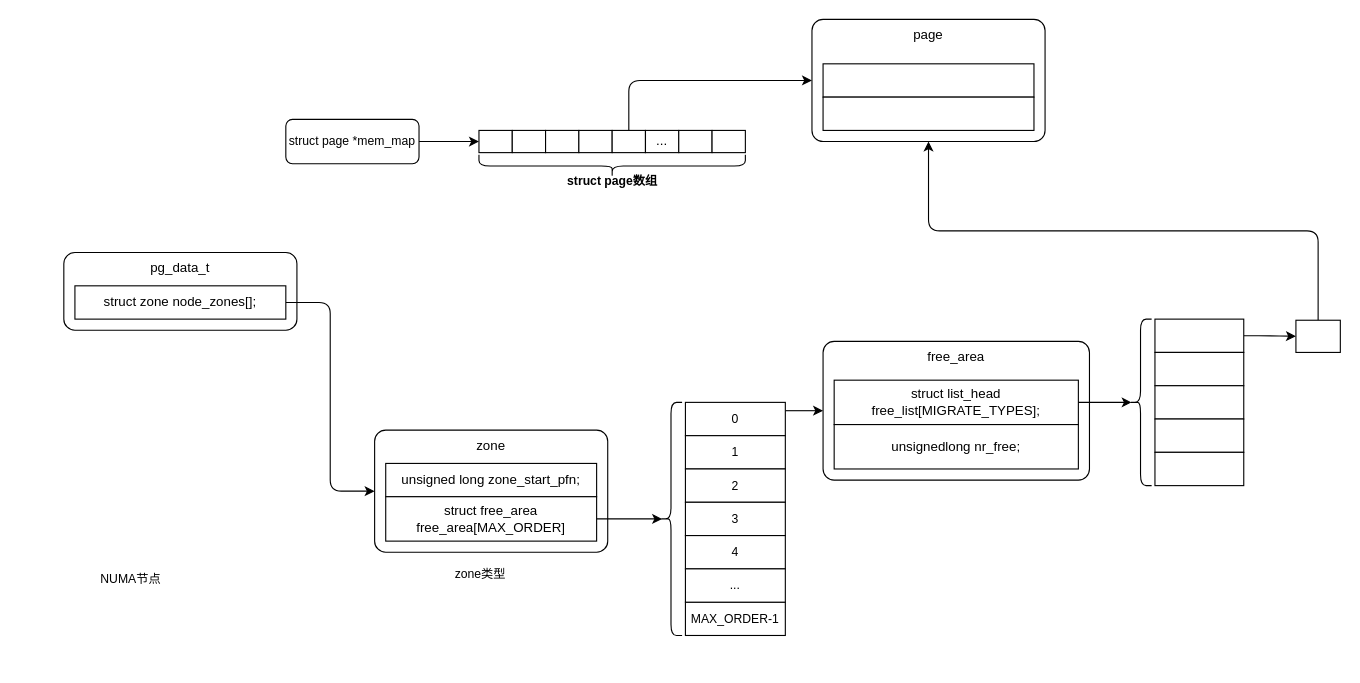
Before: page "物理内存管理" (1 of 3) of linux-memory-manage.drawio in Aspiresky/draw.io, a draw.io diagram. Source tidied: cells renumbered, new cells numbered last; positions are measured from the earlier drawing's top-left corner, leaving out a move shared by most shapes. Both pictures are drawn from the tidied source at 111%, with x=0, y=0 at pixel (63, 19).
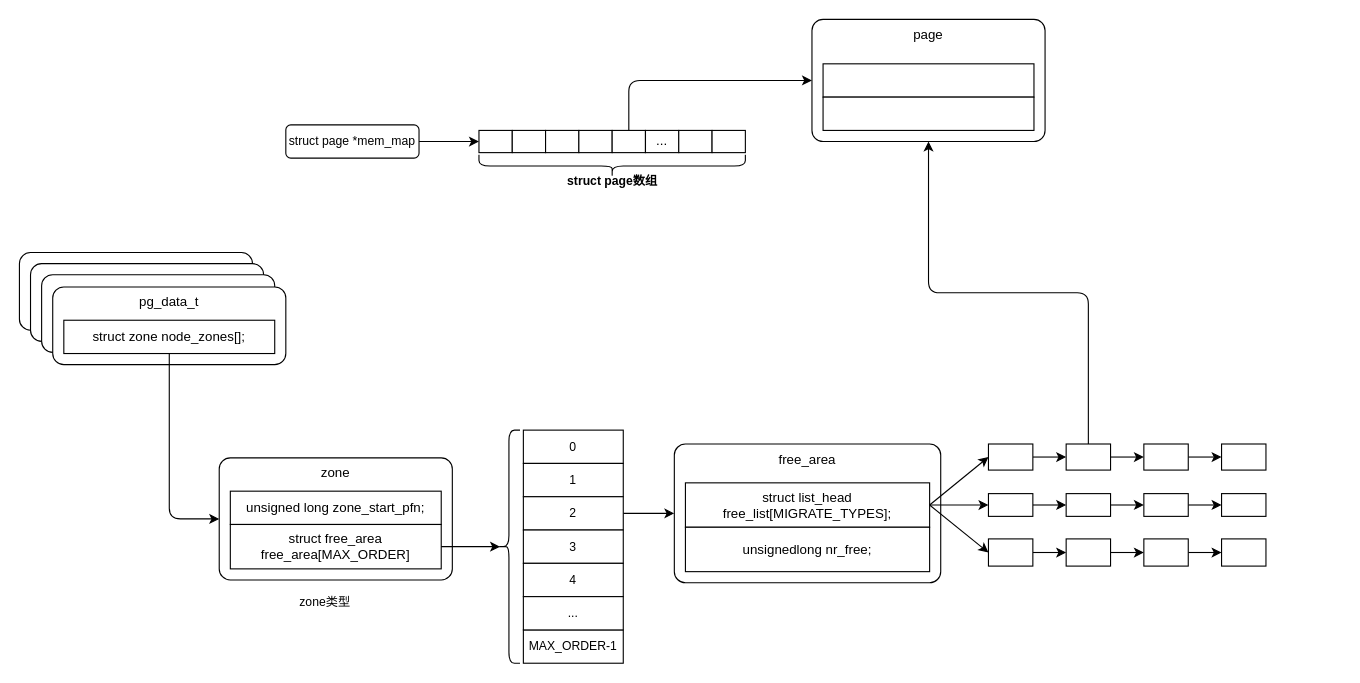
After the change.

Unchanged cells that the change refers to:
```xml
<mxCell id="8" value="page" style="rounded=1;whiteSpace=wrap;html=1;verticalAlign=top;absoluteArcSize=1;" parent="1" vertex="1">
  <mxGeometry x="674" width="210" height="110" as="geometry" />
</mxCell>
```

Diff of the diagram source:
```diff
@@
-    <mxCell id="2" value="pg_data_t" style="rounded=1;whiteSpace=wrap;html=1;verticalAlign=top;absoluteArcSize=1;" parent="1" vertex="1">
-      <mxGeometry y="210" width="210" height="70" as="geometry" />
-    </mxCell>
-    <mxCell id="3" style="edgeStyle=orthogonalEdgeStyle;rounded=1;jettySize=auto;html=1;exitX=1;exitY=0.5;exitDx=0;exitDy=0;entryX=0;entryY=0.5;entryDx=0;entryDy=0;curved=0;" parent="1" edge="1" source="4" target="5">
-      <mxGeometry relative="1" as="geometry" />
-    </mxCell>
-    <mxCell id="4" value="struct zone node_zones[];" style="rounded=0;whiteSpace=wrap;html=1;" parent="1" vertex="1">
-      <mxGeometry x="10" y="240" width="190" height="30" as="geometry" />
-    </mxCell>
     <mxCell id="5" value="zone" style="rounded=1;whiteSpace=wrap;html=1;verticalAlign=top;absoluteArcSize=1;" parent="1" vertex="1">
-      <mxGeometry x="280" y="370" width="210" height="110" as="geometry" />
+      <mxGeometry x="140" y="395" width="210" height="110" as="geometry" />
     </mxCell>
     <mxCell id="6" value="unsigned long zone_start_pfn;" style="rounded=0;whiteSpace=wrap;html=1;" parent="1" vertex="1">
-      <mxGeometry x="290" y="400" width="190" height="30" as="geometry" />
+      <mxGeometry x="150" y="425" width="190" height="30" as="geometry" />
     </mxCell>
     <mxCell id="7" value="struct free_area free_area[MAX_ORDER]" style="rounded=0;whiteSpace=wrap;html=1;" parent="1" vertex="1">
-      <mxGeometry x="290" y="430" width="190" height="40" as="geometry" />
+      <mxGeometry x="150" y="455" width="190" height="40" as="geometry" />
     </mxCell>
@@
     <mxCell id="11" value="free_area" style="rounded=1;whiteSpace=wrap;html=1;verticalAlign=top;absoluteArcSize=1;" parent="1" vertex="1">
-      <mxGeometry x="684" y="290" width="240" height="125" as="geometry" />
+      <mxGeometry x="550" y="382.5" width="240" height="125" as="geometry" />
     </mxCell>
+    <mxCell id="49" style="shape=connector;rounded=1;jettySize=auto;html=1;exitX=1;exitY=0.5;exitDx=0;exitDy=0;entryX=0;entryY=0.5;entryDx=0;entryDy=0;labelBackgroundColor=default;strokeColor=default;align=center;verticalAlign=middle;fontFamily=Helvetica;fontSize=11;fontColor=default;endArrow=classic;" parent="1" edge="1" source="12" target="62">
+      <mxGeometry relative="1" as="geometry" />
+    </mxCell>
+    <mxCell id="50" style="shape=connector;rounded=1;jettySize=auto;html=1;exitX=1;exitY=0.5;exitDx=0;exitDy=0;entryX=0;entryY=0.5;entryDx=0;entryDy=0;labelBackgroundColor=default;strokeColor=default;align=center;verticalAlign=middle;fontFamily=Helvetica;fontSize=11;fontColor=default;endArrow=classic;" parent="1" edge="1" source="12" target="69">
+      <mxGeometry relative="1" as="geometry" />
+    </mxCell>
     <mxCell id="12" value="struct list_head free_list[MIGRATE_TYPES];" style="rounded=0;whiteSpace=wrap;html=1;" parent="1" vertex="1">
-      <mxGeometry x="694" y="325" width="220" height="40" as="geometry" />
+      <mxGeometry x="560" y="417.5" width="220" height="40" as="geometry" />
     </mxCell>
     <mxCell id="13" value="unsignedlong nr_free;" style="rounded=0;whiteSpace=wrap;html=1;" parent="1" vertex="1">
-      <mxGeometry x="694" y="365" width="220" height="40" as="geometry" />
+      <mxGeometry x="560" y="457.5" width="220" height="40" as="geometry" />
     </mxCell>
@@
     <mxCell id="25" value="zone类型" style="text;html=1;align=center;verticalAlign=middle;strokeColor=none;fillColor=none;fontSize=11;fontFamily=Helvetica;fontColor=default;" parent="1" vertex="1">
-      <mxGeometry x="340" y="484.5" width="70" height="30" as="geometry" />
+      <mxGeometry x="200" y="509.5" width="70" height="30" as="geometry" />
     </mxCell>
-    <mxCell id="26" value="NUMA节点" style="text;html=1;align=center;verticalAlign=middle;strokeColor=none;fillColor=none;fontSize=11;fontFamily=Helvetica;fontColor=default;" parent="1" vertex="1">
-      <mxGeometry x="20" y="488.5" width="80" height="30" as="geometry" />
-    </mxCell>
@@
     <mxCell id="28" value="struct page *mem_map" style="rounded=1;whiteSpace=wrap;html=1;fontFamily=Helvetica;fontSize=11;fontColor=default;" parent="1" vertex="1">
-      <mxGeometry x="200" y="90" width="120" height="40" as="geometry" />
+      <mxGeometry x="200" y="95" width="120" height="30" as="geometry" />
     </mxCell>
-    <mxCell id="29" style="edgeStyle=orthogonalEdgeStyle;shape=connector;rounded=1;jettySize=auto;html=1;exitX=1;exitY=0.25;exitDx=0;exitDy=0;entryX=0;entryY=0.5;entryDx=0;entryDy=0;labelBackgroundColor=default;strokeColor=default;align=center;verticalAlign=middle;fontFamily=Helvetica;fontSize=11;fontColor=default;endArrow=classic;" parent="1" edge="1" source="30" target="11">
-      <mxGeometry relative="1" as="geometry" />
-    </mxCell>
     <mxCell id="30" value="0" style="rounded=0;whiteSpace=wrap;html=1;fontFamily=Helvetica;fontSize=11;fontColor=default;" parent="1" vertex="1">
-      <mxGeometry x="560" y="345" width="90" height="30" as="geometry" />
+      <mxGeometry x="414" y="370" width="90" height="30" as="geometry" />
     </mxCell>
     <mxCell id="31" value="1" style="rounded=0;whiteSpace=wrap;html=1;fontFamily=Helvetica;fontSize=11;fontColor=default;" parent="1" vertex="1">
-      <mxGeometry x="560" y="375" width="90" height="30" as="geometry" />
+      <mxGeometry x="414" y="400" width="90" height="30" as="geometry" />
     </mxCell>
+    <mxCell id="51" style="edgeStyle=orthogonalEdgeStyle;shape=connector;curved=0;rounded=1;jettySize=auto;html=1;exitX=1;exitY=0.5;exitDx=0;exitDy=0;entryX=0;entryY=0.5;entryDx=0;entryDy=0;labelBackgroundColor=default;strokeColor=default;align=center;verticalAlign=middle;fontFamily=Helvetica;fontSize=11;fontColor=default;endArrow=classic;" parent="1" edge="1" source="32" target="11">
+      <mxGeometry relative="1" as="geometry" />
+    </mxCell>
     <mxCell id="32" value="2" style="rounded=0;whiteSpace=wrap;html=1;fontFamily=Helvetica;fontSize=11;fontColor=default;" parent="1" vertex="1">
-      <mxGeometry x="560" y="405" width="90" height="30" as="geometry" />
+      <mxGeometry x="414" y="430" width="90" height="30" as="geometry" />
     </mxCell>
     <mxCell id="33" value="3" style="rounded=0;whiteSpace=wrap;html=1;fontFamily=Helvetica;fontSize=11;fontColor=default;" parent="1" vertex="1">
-      <mxGeometry x="560" y="435" width="90" height="30" as="geometry" />
+      <mxGeometry x="414" y="460" width="90" height="30" as="geometry" />
     </mxCell>
     <mxCell id="34" value="4" style="rounded=0;whiteSpace=wrap;html=1;fontFamily=Helvetica;fontSize=11;fontColor=default;" parent="1" vertex="1">
-      <mxGeometry x="560" y="465" width="90" height="30" as="geometry" />
+      <mxGeometry x="414" y="490" width="90" height="30" as="geometry" />
     </mxCell>
     <mxCell id="35" value="MAX_ORDER-1" style="rounded=0;whiteSpace=wrap;html=1;fontFamily=Helvetica;fontSize=11;fontColor=default;" parent="1" vertex="1">
-      <mxGeometry x="560" y="525" width="90" height="30" as="geometry" />
+      <mxGeometry x="414" y="550" width="90" height="30" as="geometry" />
     </mxCell>
     <mxCell id="36" value="..." style="rounded=0;whiteSpace=wrap;html=1;fontFamily=Helvetica;fontSize=11;fontColor=default;" parent="1" vertex="1">
-      <mxGeometry x="560" y="495" width="90" height="30" as="geometry" />
+      <mxGeometry x="414" y="520" width="90" height="30" as="geometry" />
     </mxCell>
     <mxCell id="37" style="shape=curlyBracket;whiteSpace=wrap;html=1;rounded=1;labelPosition=left;verticalLabelPosition=middle;align=right;verticalAlign=middle;fontFamily=Helvetica;fontSize=11;fontColor=default;" parent="1" vertex="1">
-      <mxGeometry x="537" y="345" width="20" height="210" as="geometry" />
+      <mxGeometry x="391" y="370" width="20" height="210" as="geometry" />
     </mxCell>
@@
-    <mxCell id="39" style="edgeStyle=orthogonalEdgeStyle;shape=connector;rounded=1;jettySize=auto;html=1;entryX=0;entryY=0.5;entryDx=0;entryDy=0;labelBackgroundColor=default;strokeColor=default;align=center;verticalAlign=middle;fontFamily=Helvetica;fontSize=11;fontColor=default;endArrow=classic;" parent="1" edge="1" source="40" target="48">
-      <mxGeometry relative="1" as="geometry" />
-    </mxCell>
-    <mxCell id="40" style="rounded=0;whiteSpace=wrap;html=1;fontFamily=Helvetica;fontSize=11;fontColor=default;" parent="1" vertex="1">
-      <mxGeometry x="983" y="270" width="80" height="30" as="geometry" />
-    </mxCell>
-    <mxCell id="41" style="rounded=0;whiteSpace=wrap;html=1;fontFamily=Helvetica;fontSize=11;fontColor=default;" parent="1" vertex="1">
-      <mxGeometry x="983" y="300" width="80" height="30" as="geometry" />
-    </mxCell>
-    <mxCell id="42" style="rounded=0;whiteSpace=wrap;html=1;fontFamily=Helvetica;fontSize=11;fontColor=default;" parent="1" vertex="1">
-      <mxGeometry x="983" y="330" width="80" height="30" as="geometry" />
-    </mxCell>
-    <mxCell id="43" style="rounded=0;whiteSpace=wrap;html=1;fontFamily=Helvetica;fontSize=11;fontColor=default;" parent="1" vertex="1">
-      <mxGeometry x="983" y="360" width="80" height="30" as="geometry" />
-    </mxCell>
-    <mxCell id="44" style="rounded=0;whiteSpace=wrap;html=1;fontFamily=Helvetica;fontSize=11;fontColor=default;" parent="1" vertex="1">
-      <mxGeometry x="983" y="390" width="80" height="30" as="geometry" />
-    </mxCell>
-    <mxCell id="45" style="shape=curlyBracket;whiteSpace=wrap;html=1;rounded=1;labelPosition=left;verticalLabelPosition=middle;align=right;verticalAlign=middle;fontFamily=Helvetica;fontSize=11;fontColor=default;" parent="1" vertex="1">
-      <mxGeometry x="960" y="270" width="20" height="150" as="geometry" />
-    </mxCell>
-    <mxCell id="46" style="edgeStyle=orthogonalEdgeStyle;shape=connector;rounded=1;jettySize=auto;html=1;exitX=1;exitY=0.5;exitDx=0;exitDy=0;entryX=0.1;entryY=0.5;entryDx=0;entryDy=0;entryPerimeter=0;labelBackgroundColor=default;strokeColor=default;align=center;verticalAlign=middle;fontFamily=Helvetica;fontSize=11;fontColor=default;endArrow=classic;" parent="1" edge="1" source="12" target="45">
+    <mxCell id="46" style="shape=connector;rounded=1;jettySize=auto;html=1;exitX=1;exitY=0.5;exitDx=0;exitDy=0;entryX=0;entryY=0.5;entryDx=0;entryDy=0;labelBackgroundColor=default;strokeColor=default;align=center;verticalAlign=middle;fontFamily=Helvetica;fontSize=11;fontColor=default;endArrow=classic;" parent="1" edge="1" source="12" target="48">
       <mxGeometry relative="1" as="geometry" />
     </mxCell>
-    <mxCell id="47" style="edgeStyle=orthogonalEdgeStyle;shape=connector;rounded=1;jettySize=auto;html=1;exitX=0.5;exitY=0;exitDx=0;exitDy=0;entryX=0.5;entryY=1;entryDx=0;entryDy=0;labelBackgroundColor=default;strokeColor=default;align=center;verticalAlign=middle;fontFamily=Helvetica;fontSize=11;fontColor=default;endArrow=classic;" parent="1" edge="1" source="48" target="8">
+    <mxCell id="47" style="edgeStyle=orthogonalEdgeStyle;shape=connector;rounded=1;jettySize=auto;html=1;exitX=0.5;exitY=0;exitDx=0;exitDy=0;entryX=0.5;entryY=1;entryDx=0;entryDy=0;labelBackgroundColor=default;strokeColor=default;align=center;verticalAlign=middle;fontFamily=Helvetica;fontSize=11;fontColor=default;endArrow=classic;" parent="1" edge="1" source="57" target="8">
       <mxGeometry relative="1" as="geometry" />
     </mxCell>
+    <mxCell id="52" style="edgeStyle=orthogonalEdgeStyle;shape=connector;curved=0;rounded=1;jettySize=auto;html=1;exitX=1;exitY=0.5;exitDx=0;exitDy=0;entryX=0;entryY=0.5;entryDx=0;entryDy=0;labelBackgroundColor=default;strokeColor=default;align=center;verticalAlign=middle;fontFamily=Helvetica;fontSize=11;fontColor=default;endArrow=classic;" parent="1" edge="1" source="48" target="57">
+      <mxGeometry relative="1" as="geometry" />
+    </mxCell>
     <mxCell id="48" style="rounded=0;whiteSpace=wrap;html=1;fontFamily=Helvetica;fontSize=11;fontColor=default;" parent="1" vertex="1">
-      <mxGeometry x="1110" y="271" width="40" height="29" as="geometry" />
+      <mxGeometry x="833" y="382.5" width="40" height="23.5" as="geometry" />
     </mxCell>
+    <mxCell id="53" style="rounded=1;whiteSpace=wrap;html=1;verticalAlign=top;absoluteArcSize=1;" parent="1" vertex="1">
+      <mxGeometry x="-40" y="210" width="210" height="70" as="geometry" />
+    </mxCell>
+    <mxCell id="54" style="rounded=1;whiteSpace=wrap;html=1;verticalAlign=top;absoluteArcSize=1;" parent="1" vertex="1">
+      <mxGeometry x="-30" y="220" width="210" height="70" as="geometry" />
+    </mxCell>
+    <mxCell id="55" style="rounded=1;whiteSpace=wrap;html=1;verticalAlign=top;absoluteArcSize=1;" parent="1" vertex="1">
+      <mxGeometry x="-20" y="230" width="210" height="70" as="geometry" />
+    </mxCell>
+    <mxCell id="2" value="pg_data_t" style="rounded=1;whiteSpace=wrap;html=1;verticalAlign=top;absoluteArcSize=1;" parent="1" vertex="1">
+      <mxGeometry x="-10" y="241" width="210" height="70" as="geometry" />
+    </mxCell>
+    <mxCell id="3" style="edgeStyle=orthogonalEdgeStyle;shape=connector;curved=0;rounded=1;jettySize=auto;html=1;exitX=0.5;exitY=1;exitDx=0;exitDy=0;entryX=0;entryY=0.5;entryDx=0;entryDy=0;labelBackgroundColor=default;strokeColor=default;align=center;verticalAlign=middle;fontFamily=Helvetica;fontSize=11;fontColor=default;endArrow=classic;" parent="1" edge="1" source="4" target="5">
+      <mxGeometry relative="1" as="geometry" />
+    </mxCell>
+    <mxCell id="4" value="struct zone node_zones[];" style="rounded=0;whiteSpace=wrap;html=1;" parent="1" vertex="1">
+      <mxGeometry y="271" width="190" height="30" as="geometry" />
+    </mxCell>
+    <mxCell id="56" style="edgeStyle=orthogonalEdgeStyle;shape=connector;curved=0;rounded=1;jettySize=auto;html=1;exitX=1;exitY=0.5;exitDx=0;exitDy=0;entryX=0;entryY=0.5;entryDx=0;entryDy=0;labelBackgroundColor=default;strokeColor=default;align=center;verticalAlign=middle;fontFamily=Helvetica;fontSize=11;fontColor=default;endArrow=classic;" parent="1" edge="1" source="57" target="59">
+      <mxGeometry relative="1" as="geometry" />
+    </mxCell>
+    <mxCell id="57" style="rounded=0;whiteSpace=wrap;html=1;fontFamily=Helvetica;fontSize=11;fontColor=default;" parent="1" vertex="1">
+      <mxGeometry x="903" y="382.5" width="40" height="23.5" as="geometry" />
+    </mxCell>
+    <mxCell id="58" style="edgeStyle=orthogonalEdgeStyle;shape=connector;curved=0;rounded=1;jettySize=auto;html=1;exitX=1;exitY=0.5;exitDx=0;exitDy=0;entryX=0;entryY=0.5;entryDx=0;entryDy=0;labelBackgroundColor=default;strokeColor=default;align=center;verticalAlign=middle;fontFamily=Helvetica;fontSize=11;fontColor=default;endArrow=classic;" parent="1" edge="1" source="59" target="60">
+      <mxGeometry relative="1" as="geometry" />
+    </mxCell>
+    <mxCell id="59" style="rounded=0;whiteSpace=wrap;html=1;fontFamily=Helvetica;fontSize=11;fontColor=default;" parent="1" vertex="1">
+      <mxGeometry x="973" y="382.5" width="40" height="23.5" as="geometry" />
+    </mxCell>
+    <mxCell id="60" style="rounded=0;whiteSpace=wrap;html=1;fontFamily=Helvetica;fontSize=11;fontColor=default;" parent="1" vertex="1">
+      <mxGeometry x="1043" y="382.5" width="40" height="23.5" as="geometry" />
+    </mxCell>
+    <mxCell id="61" style="edgeStyle=orthogonalEdgeStyle;shape=connector;curved=0;rounded=1;jettySize=auto;html=1;exitX=1;exitY=0.5;exitDx=0;exitDy=0;entryX=0;entryY=0.5;entryDx=0;entryDy=0;labelBackgroundColor=default;strokeColor=default;align=center;verticalAlign=middle;fontFamily=Helvetica;fontSize=11;fontColor=default;endArrow=classic;" parent="1" edge="1" source="62" target="64">
+      <mxGeometry relative="1" as="geometry" />
+    </mxCell>
+    <mxCell id="62" style="rounded=0;whiteSpace=wrap;html=1;fontFamily=Helvetica;fontSize=11;fontColor=default;" parent="1" vertex="1">
+      <mxGeometry x="833" y="427.2" width="40" height="20.5" as="geometry" />
+    </mxCell>
+    <mxCell id="63" style="edgeStyle=orthogonalEdgeStyle;shape=connector;curved=0;rounded=1;jettySize=auto;html=1;exitX=1;exitY=0.5;exitDx=0;exitDy=0;entryX=0;entryY=0.5;entryDx=0;entryDy=0;labelBackgroundColor=default;strokeColor=default;align=center;verticalAlign=middle;fontFamily=Helvetica;fontSize=11;fontColor=default;endArrow=classic;" parent="1" edge="1" source="64" target="66">
+      <mxGeometry relative="1" as="geometry" />
+    </mxCell>
+    <mxCell id="64" style="rounded=0;whiteSpace=wrap;html=1;fontFamily=Helvetica;fontSize=11;fontColor=default;" parent="1" vertex="1">
+      <mxGeometry x="903" y="427.2" width="40" height="20.5" as="geometry" />
+    </mxCell>
+    <mxCell id="65" style="edgeStyle=orthogonalEdgeStyle;shape=connector;curved=0;rounded=1;jettySize=auto;html=1;exitX=1;exitY=0.5;exitDx=0;exitDy=0;entryX=0;entryY=0.5;entryDx=0;entryDy=0;labelBackgroundColor=default;strokeColor=default;align=center;verticalAlign=middle;fontFamily=Helvetica;fontSize=11;fontColor=default;endArrow=classic;" parent="1" edge="1" source="66" target="67">
+      <mxGeometry relative="1" as="geometry" />
+    </mxCell>
+    <mxCell id="66" style="rounded=0;whiteSpace=wrap;html=1;fontFamily=Helvetica;fontSize=11;fontColor=default;" parent="1" vertex="1">
+      <mxGeometry x="973" y="427.2" width="40" height="20.5" as="geometry" />
+    </mxCell>
+    <mxCell id="67" style="rounded=0;whiteSpace=wrap;html=1;fontFamily=Helvetica;fontSize=11;fontColor=default;" parent="1" vertex="1">
+      <mxGeometry x="1043" y="427.2" width="40" height="20.5" as="geometry" />
+    </mxCell>
+    <mxCell id="68" style="edgeStyle=orthogonalEdgeStyle;shape=connector;curved=0;rounded=1;jettySize=auto;html=1;exitX=1;exitY=0.5;exitDx=0;exitDy=0;entryX=0;entryY=0.5;entryDx=0;entryDy=0;labelBackgroundColor=default;strokeColor=default;align=center;verticalAlign=middle;fontFamily=Helvetica;fontSize=11;fontColor=default;endArrow=classic;" parent="1" edge="1" source="69" target="71">
+      <mxGeometry relative="1" as="geometry" />
+    </mxCell>
+    <mxCell id="69" style="rounded=0;whiteSpace=wrap;html=1;fontFamily=Helvetica;fontSize=11;fontColor=default;" parent="1" vertex="1">
+      <mxGeometry x="833" y="468" width="40" height="24.5" as="geometry" />
+    </mxCell>
+    <mxCell id="70" style="edgeStyle=orthogonalEdgeStyle;shape=connector;curved=0;rounded=1;jettySize=auto;html=1;exitX=1;exitY=0.5;exitDx=0;exitDy=0;entryX=0;entryY=0.5;entryDx=0;entryDy=0;labelBackgroundColor=default;strokeColor=default;align=center;verticalAlign=middle;fontFamily=Helvetica;fontSize=11;fontColor=default;endArrow=classic;" parent="1" edge="1" source="71" target="73">
+      <mxGeometry relative="1" as="geometry" />
+    </mxCell>
+    <mxCell id="71" style="rounded=0;whiteSpace=wrap;html=1;fontFamily=Helvetica;fontSize=11;fontColor=default;" parent="1" vertex="1">
+      <mxGeometry x="903" y="468" width="40" height="24.5" as="geometry" />
+    </mxCell>
+    <mxCell id="72" style="edgeStyle=orthogonalEdgeStyle;shape=connector;curved=0;rounded=1;jettySize=auto;html=1;exitX=1;exitY=0.5;exitDx=0;exitDy=0;entryX=0;entryY=0.5;entryDx=0;entryDy=0;labelBackgroundColor=default;strokeColor=default;align=center;verticalAlign=middle;fontFamily=Helvetica;fontSize=11;fontColor=default;endArrow=classic;" parent="1" edge="1" source="73" target="74">
+      <mxGeometry relative="1" as="geometry" />
+    </mxCell>
+    <mxCell id="73" style="rounded=0;whiteSpace=wrap;html=1;fontFamily=Helvetica;fontSize=11;fontColor=default;" parent="1" vertex="1">
+      <mxGeometry x="973" y="468" width="40" height="24.5" as="geometry" />
+    </mxCell>
+    <mxCell id="74" style="rounded=0;whiteSpace=wrap;html=1;fontFamily=Helvetica;fontSize=11;fontColor=default;" parent="1" vertex="1">
+      <mxGeometry x="1043" y="468" width="40" height="24.5" as="geometry" />
+    </mxCell>
```
